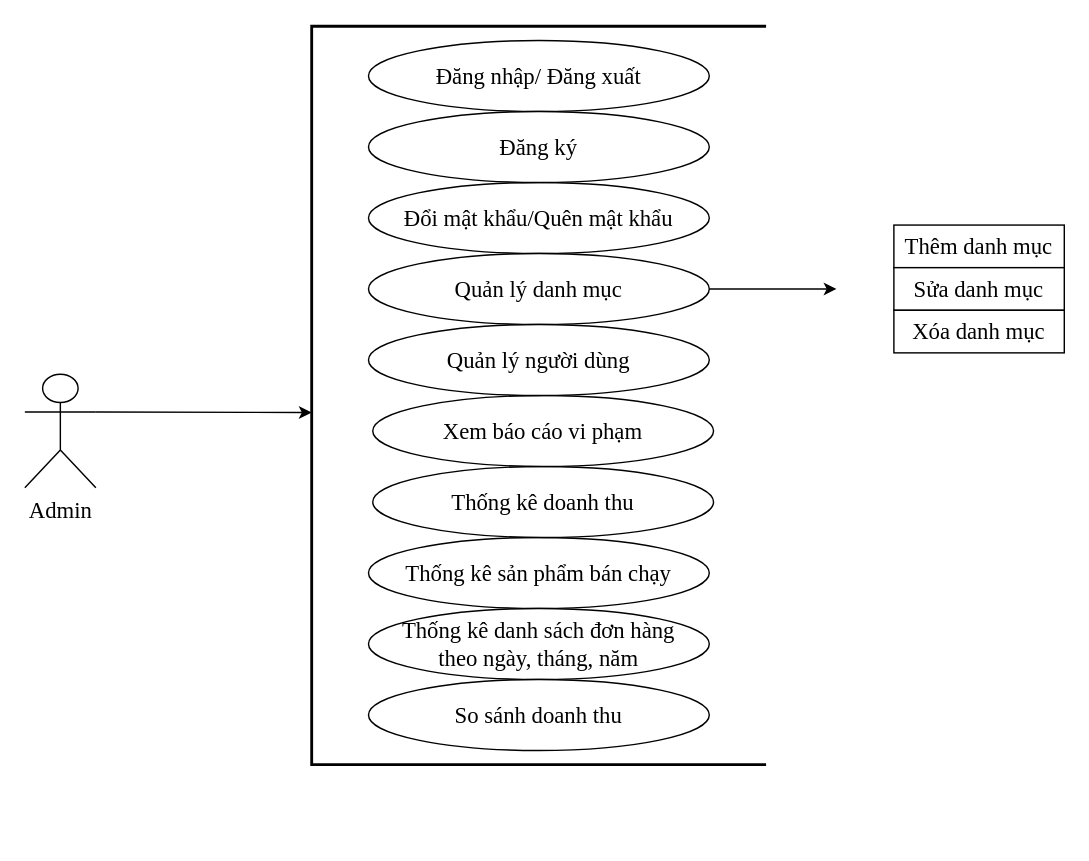
This is usecase3.drawio from nguyenthanhdat22012001/project-ecommerce, a draw.io file, before an edit. Source tidied: cells renumbered, new cells numbered last; positions are measured from the earlier drawing's top-left corner, leaving out a move shared by most shapes. Both pictures are drawn from the tidied source at 142%, with x=0, y=0 at pixel (24, 26).
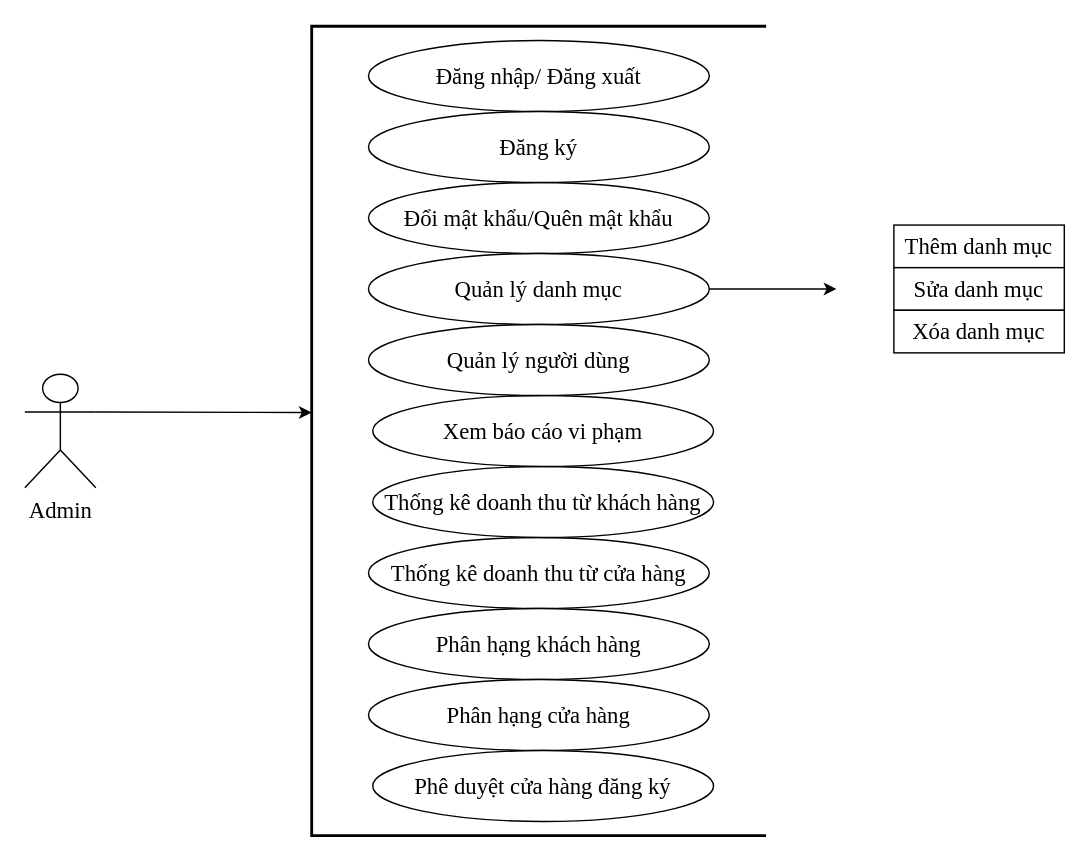
The same diagram, later.

Diff of the diagram source:
```diff
@@
     <mxCell id="4" style="strokeWidth=2;html=1;shape=mxgraph.flowchart.annotation_1;align=left;fontFamily=Times New Roman;fontSize=16;" parent="1" vertex="1">
-      <mxGeometry x="202" width="320" height="520" as="geometry" />
+      <mxGeometry x="202" width="320" height="570" as="geometry" />
     </mxCell>
@@
-    <mxCell id="8" value="Thống kê sản phẩm bán chạy" style="ellipse;whiteSpace=wrap;html=1;fontFamily=Times New Roman;fontSize=16;" parent="1" vertex="1">
+    <mxCell id="8" value="Thống kê doanh thu từ cửa hàng" style="ellipse;whiteSpace=wrap;html=1;fontFamily=Times New Roman;fontSize=16;" parent="1" vertex="1">
       <mxGeometry x="242" y="360" width="240" height="50" as="geometry" />
     </mxCell>
-    <mxCell id="9" value="Thống kê doanh thu" style="ellipse;whiteSpace=wrap;html=1;fontFamily=Times New Roman;fontSize=16;" parent="1" vertex="1">
+    <mxCell id="9" value="Thống kê doanh thu từ khách hàng" style="ellipse;whiteSpace=wrap;html=1;fontFamily=Times New Roman;fontSize=16;" parent="1" vertex="1">
       <mxGeometry x="245" y="310" width="240" height="50" as="geometry" />
     </mxCell>
-    <mxCell id="10" value="Thống kê danh sách đơn hàng&lt;br&gt;theo ngày, tháng, năm" style="ellipse;whiteSpace=wrap;html=1;fontFamily=Times New Roman;fontSize=16;" parent="1" vertex="1">
+    <mxCell id="10" value="Phân hạng khách hàng" style="ellipse;whiteSpace=wrap;html=1;fontFamily=Times New Roman;fontSize=16;" parent="1" vertex="1">
       <mxGeometry x="242" y="410" width="240" height="50" as="geometry" />
     </mxCell>
-    <mxCell id="11" value="So sánh doanh thu" style="ellipse;whiteSpace=wrap;html=1;fontFamily=Times New Roman;fontSize=16;" parent="1" vertex="1">
+    <mxCell id="11" value="Phân hạng cửa hàng" style="ellipse;whiteSpace=wrap;html=1;fontFamily=Times New Roman;fontSize=16;" parent="1" vertex="1">
       <mxGeometry x="242" y="460" width="240" height="50" as="geometry" />
     </mxCell>
@@
+    <mxCell id="19" value="Phê duyệt cửa hàng đăng ký" style="ellipse;whiteSpace=wrap;html=1;fontFamily=Times New Roman;fontSize=16;" parent="1" vertex="1">
+      <mxGeometry x="245" y="510" width="240" height="50" as="geometry" />
+    </mxCell>
```
